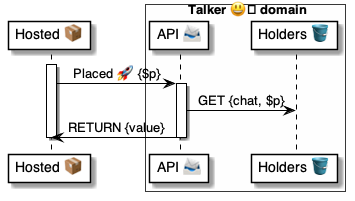
Above: 4 ⚙️ Solution/35 💬 Chats/Talkers 😃/😃🅰️ Talker methods/Placed 🧑‍💻🚀😃/😃 Placed ⚙️ uml.png in pollyweb-org/pollyweb-docs (PlantUML), before the change. Its source is kept beside it as 4 ⚙️ Solution/35 💬 Chats/Talkers 😃/😃🅰️ Talker methods/Placed 🧑‍💻🚀😃/😃 Placed ⚙️ uml.puml.
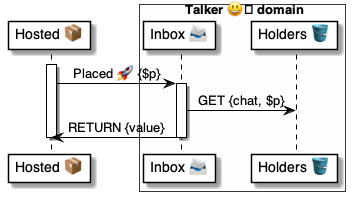
The same file after the commit.

The edit, as a diff of the source:
```diff
@@ -3,18 +3,18 @@
 participant "Hosted 📦" as hosted
 
 box Talker 😃️ domain #FFFFFA
-    participant "API 📨" as talker
+    participant "Inbox 📨" as inbox
     participant "Holders 🪣" as holders
 end box
 
 
 activate hosted
-    hosted -> talker: Placed 🚀 {$p}
+    hosted -> inbox: Placed 🚀 {$p}
 
-    activate talker
-        talker -> holders: GET {chat, $p}
-        talker -> hosted: RETURN {value}
-    deactivate talker
+    activate inbox
+        inbox -> holders: GET {chat, $p}
+        inbox -> hosted: RETURN {value}
+    deactivate inbox
 
 deactivate hosted
 
```
